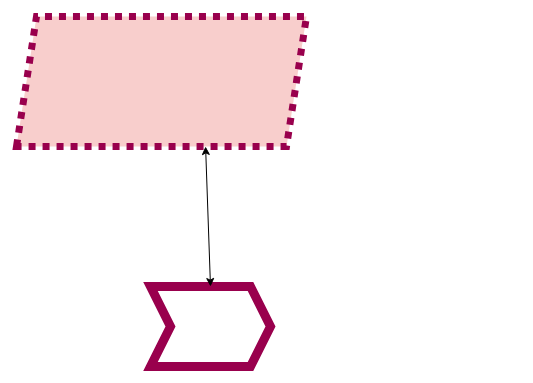
This is Untitled Diagram.drawio from maklabas/diagrams, a draw.io file, before an edit. Source tidied: cells renumbered, new cells numbered last; positions are measured from the earlier drawing's top-left corner, leaving out a move shared by most shapes. Both pictures are drawn from the tidied source at 100%, with x=0, y=0 at pixel (16, 16).
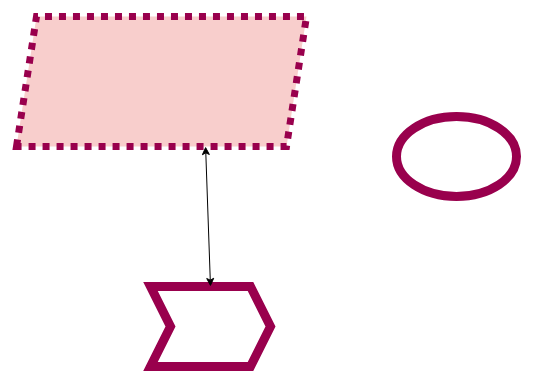
The same page after the edit.

Change to the diagram source:
```diff
@@
 <mxGraphModel>
   <root>
     <mxCell id="0" />
     <mxCell id="1" parent="0" />
     <mxCell id="2" style="shape=parallelogram;perimeter=parallelogramPerimeter;whiteSpace=wrap;html=1;fixedSize=1;fillColor=#f8cecc;strokeColor=#99004D;dashed=1;dashPattern=1 1;strokeWidth=7;" parent="1" vertex="1">
       <mxGeometry width="290" height="130" as="geometry" />
     </mxCell>
     <mxCell id="3" style="shape=step;perimeter=stepPerimeter;whiteSpace=wrap;html=1;fixedSize=1;strokeColor=#99004D;strokeWidth=9;fontStyle=4;" parent="1" vertex="1">
       <mxGeometry x="134" y="270" width="120" height="80" as="geometry" />
     </mxCell>
     <mxCell id="4" style="endArrow=classic;startArrow=classic;html=1;exitX=0.5;exitY=0;exitDx=0;exitDy=0;entryX=0.652;entryY=1;entryDx=0;entryDy=0;entryPerimeter=0;" parent="1" edge="1" source="3" target="2">
       <mxGeometry relative="1" as="geometry" />
     </mxCell>
+    <mxCell id="5" style="ellipse;whiteSpace=wrap;html=1;strokeColor=#99004D;strokeWidth=9;" parent="1" vertex="1">
+      <mxGeometry x="380" y="100" width="120" height="80" as="geometry" />
+    </mxCell>
   </root>
 </mxGraphModel>
```
